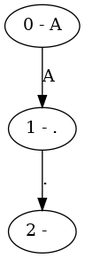
Giatroo/MAC0323-EP3 keeps this Graphviz diagram as graph.png. Above is the earlier version. Its source is kept beside it as graph.gv.
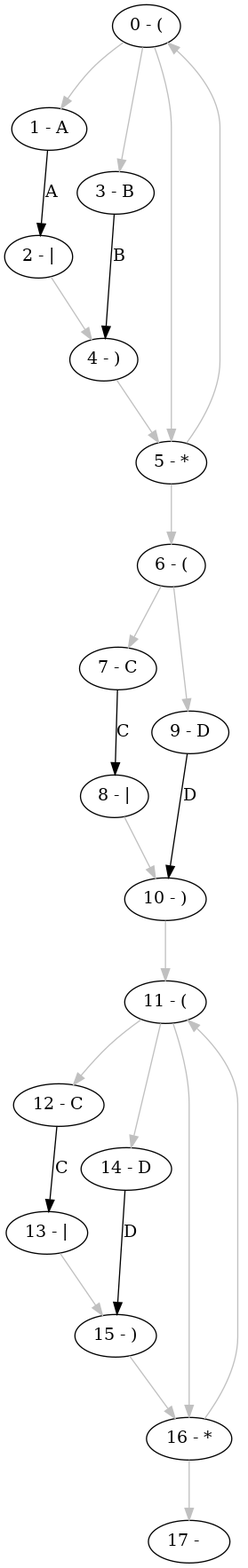
After the change.

Change to the diagram source:
```diff
@@ -1,4 +1,26 @@
 digraph foo {
-	"0 - A" -> "1 - ." [label="A"];
-	"1 - ." -> "2 -  " [label="."];
+	"0 - (" -> "1 - A" [label=" "; color=grey];
+	"0 - (" -> "3 - B" [label=" "; color=grey];
+	"0 - (" -> "5 - *" [label=" "; color=grey];
+	"1 - A" -> "2 - |" [label="A"];
+	"2 - |" -> "4 - )" [label=" "; color=grey];
+	"3 - B" -> "4 - )" [label="B"];
+	"4 - )" -> "5 - *" [label=" "; color=grey];
+	"5 - *" -> "0 - (" [label=" "; color=grey];
+	"5 - *" -> "6 - (" [label=" "; color=grey];
+	"6 - (" -> "7 - C" [label=" "; color=grey];
+	"6 - (" -> "9 - D" [label=" "; color=grey];
+	"7 - C" -> "8 - |" [label="C"];
+	"8 - |" -> "10 - )" [label=" "; color=grey];
+	"9 - D" -> "10 - )" [label="D"];
+	"10 - )" -> "11 - (" [label=" "; color=grey];
+	"11 - (" -> "12 - C" [label=" "; color=grey];
+	"11 - (" -> "14 - D" [label=" "; color=grey];
+	"11 - (" -> "16 - *" [label=" "; color=grey];
+	"12 - C" -> "13 - |" [label="C"];
+	"13 - |" -> "15 - )" [label=" "; color=grey];
+	"14 - D" -> "15 - )" [label="D"];
+	"15 - )" -> "16 - *" [label=" "; color=grey];
+	"16 - *" -> "11 - (" [label=" "; color=grey];
+	"16 - *" -> "17 -  " [label=" "; color=grey];
 }
```
